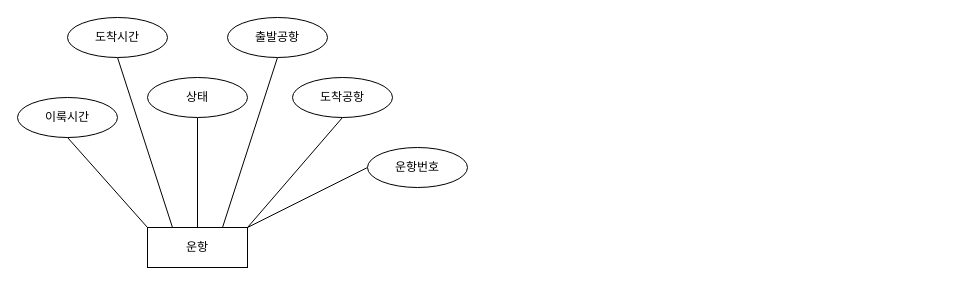
This is 공항.drawio from soupissalt/Festival, a draw.io file, before an edit. Source tidied: cells renumbered, new cells numbered last; positions are measured from the earlier drawing's top-left corner, leaving out a move shared by most shapes. Both pictures are drawn from the tidied source at 100%, with x=0, y=0 at pixel (17, 17).
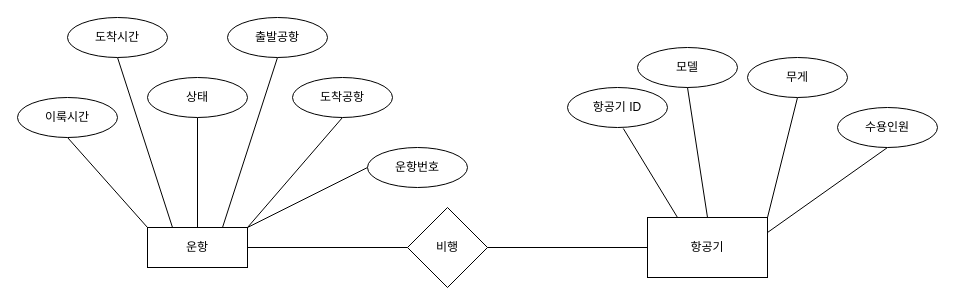
Above is the later version.

Commit message (it also covers changes not shown here):
공항.drawio 업데이트

Unchanged cells that the change refers to:
```xml
<mxCell id="2" value="운항" style="whiteSpace=wrap;html=1;align=center;" parent="1" vertex="1">
  <mxGeometry x="130" y="210" width="100" height="40" as="geometry" />
</mxCell>
```

Change to the diagram source:
```diff
@@
+    <mxCell id="15" value="비행" style="rhombus;whiteSpace=wrap;html=1;" parent="1" vertex="1">
+      <mxGeometry x="390" y="190" width="80" height="80" as="geometry" />
+    </mxCell>
+    <mxCell id="16" style="endArrow=none;html=1;rounded=0;entryX=0;entryY=0.5;entryDx=0;entryDy=0;exitX=1;exitY=0.5;exitDx=0;exitDy=0;" parent="1" edge="1" source="2" target="15">
+      <mxGeometry relative="1" as="geometry" />
+    </mxCell>
+    <mxCell id="17" value="항공기" style="whiteSpace=wrap;html=1;" parent="1" vertex="1">
+      <mxGeometry x="630" y="200" width="120" height="60" as="geometry" />
+    </mxCell>
+    <mxCell id="18" style="endArrow=none;html=1;rounded=0;entryX=0;entryY=0.5;entryDx=0;entryDy=0;exitX=1;exitY=0.5;exitDx=0;exitDy=0;" parent="1" edge="1" source="15" target="17">
+      <mxGeometry relative="1" as="geometry" />
+    </mxCell>
+    <mxCell id="19" style="endArrow=none;html=1;rounded=0;entryX=0.25;entryY=0;entryDx=0;entryDy=0;exitX=0.558;exitY=1.025;exitDx=0;exitDy=0;exitPerimeter=0;" parent="1" edge="1" source="23" target="17">
+      <mxGeometry relative="1" as="geometry" />
+    </mxCell>
+    <mxCell id="20" value="모델" style="ellipse;whiteSpace=wrap;html=1;align=center;" parent="1" vertex="1">
+      <mxGeometry x="620" y="30" width="100" height="40" as="geometry" />
+    </mxCell>
+    <mxCell id="21" style="endArrow=none;html=1;rounded=0;entryX=0.5;entryY=0;entryDx=0;entryDy=0;exitX=0.5;exitY=1;exitDx=0;exitDy=0;" parent="1" edge="1" source="20" target="17">
+      <mxGeometry relative="1" as="geometry" />
+    </mxCell>
+    <mxCell id="22" style="endArrow=none;html=1;rounded=0;entryX=1;entryY=0;entryDx=0;entryDy=0;exitX=0.5;exitY=1;exitDx=0;exitDy=0;" parent="1" edge="1" source="24" target="17">
+      <mxGeometry relative="1" as="geometry" />
+    </mxCell>
+    <mxCell id="23" value="항공기 ID" style="ellipse;whiteSpace=wrap;html=1;align=center;" parent="1" vertex="1">
+      <mxGeometry x="550" y="70" width="100" height="40" as="geometry" />
+    </mxCell>
+    <mxCell id="24" value="무게" style="ellipse;whiteSpace=wrap;html=1;align=center;" parent="1" vertex="1">
+      <mxGeometry x="730" y="40" width="100" height="40" as="geometry" />
+    </mxCell>
+    <mxCell id="25" style="endArrow=none;html=1;rounded=0;entryX=1;entryY=0.25;entryDx=0;entryDy=0;exitX=0.5;exitY=1;exitDx=0;exitDy=0;" parent="1" edge="1" source="26" target="17">
+      <mxGeometry relative="1" as="geometry" />
+    </mxCell>
+    <mxCell id="26" value="수용인원" style="ellipse;whiteSpace=wrap;html=1;align=center;" parent="1" vertex="1">
+      <mxGeometry x="820" y="90" width="100" height="40" as="geometry" />
+    </mxCell>
```
